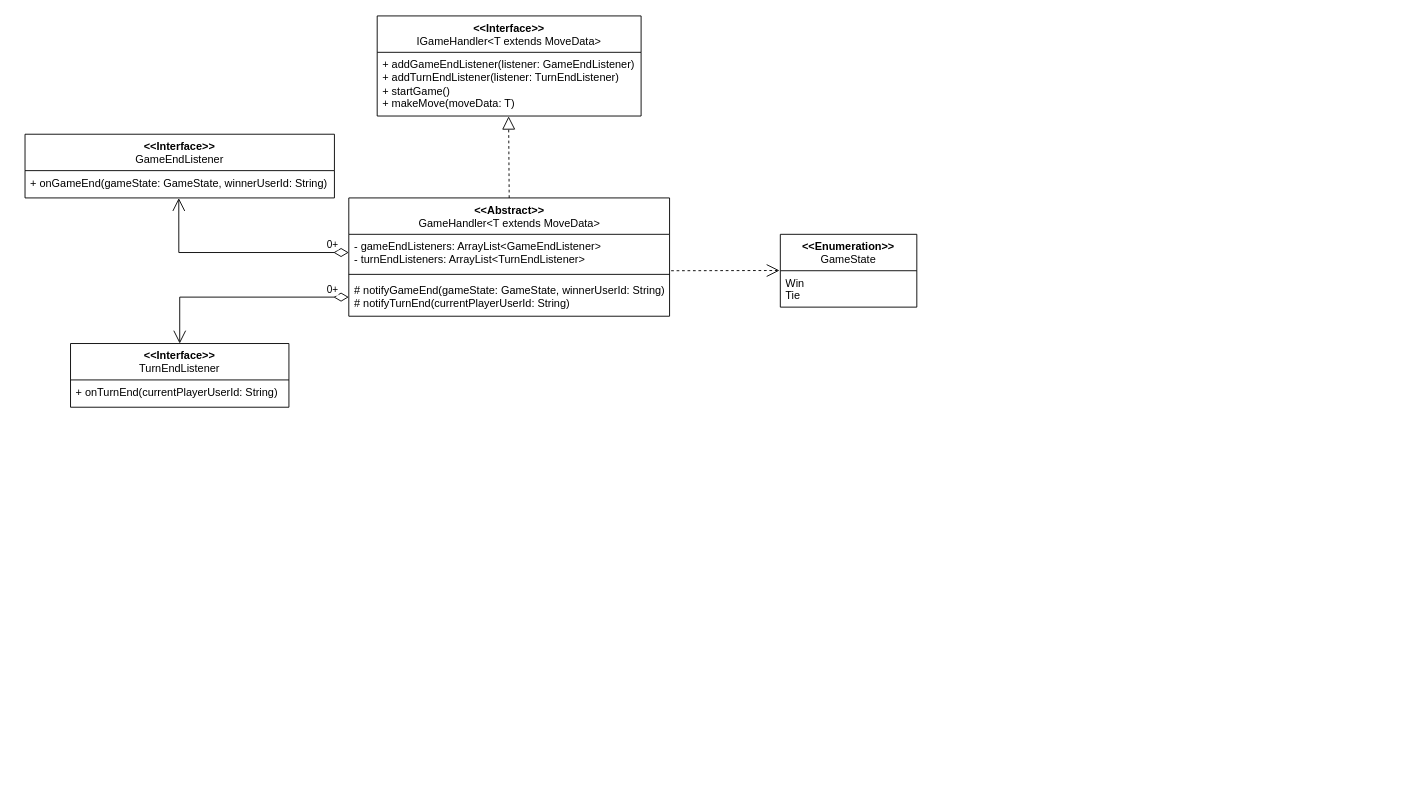
The draw.io diagram Iteration_1/Backend/StructureDiagrams/GameHandler_StructureDiagram.drawio in m-yoon02/Condensation, before the edit. Source tidied: cells renumbered, new cells numbered last; positions are measured from the earlier drawing's top-left corner, leaving out a move shared by most shapes. Both pictures are drawn from the tidied source at 91%, with x=0, y=0 at pixel (25, 15).
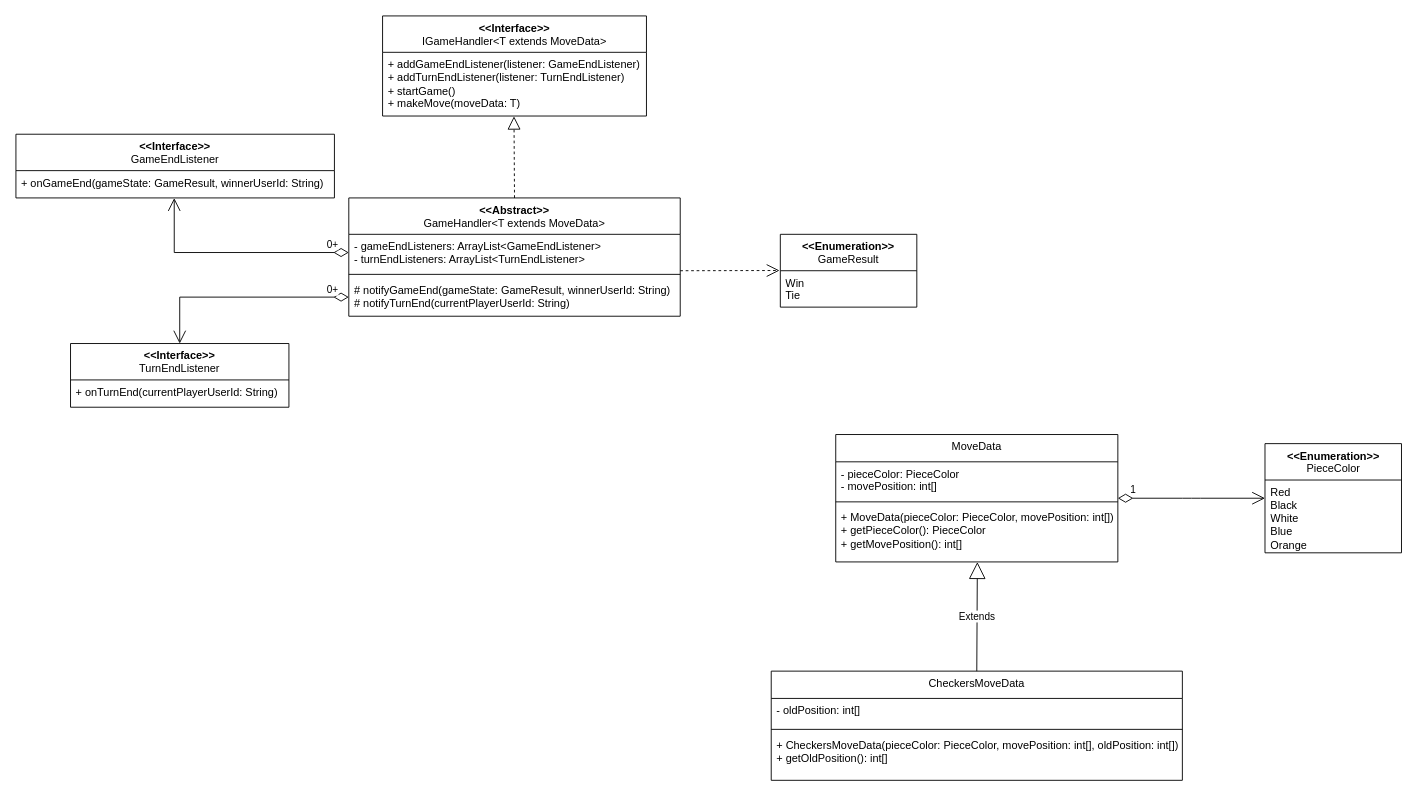
The same diagram, later.

Commit message:
Finish MoveData structure

The change refers to these unchanged cells:
```xml
<mxCell id="16" value="&lt;div&gt;Win&lt;/div&gt;&lt;div&gt;Tie&lt;br&gt;&lt;/div&gt;" style="text;strokeColor=none;fillColor=none;align=left;verticalAlign=top;spacingLeft=4;spacingRight=4;overflow=hidden;points=[[0,0.5],[1,0.5]];portConstraint=eastwest;whiteSpace=wrap;html=1;" parent="15" vertex="1">
  <mxGeometry y="40" width="150" height="40" as="geometry" />
</mxCell>
```

Diff of the diagram source:
```diff
@@
     <mxCell id="2" value="&lt;div&gt;&amp;lt;&amp;lt;Interface&amp;gt;&amp;gt;&lt;/div&gt;&lt;div&gt;&lt;span style=&quot;font-weight: normal;&quot;&gt;IGameHandler&amp;lt;T extends MoveData&amp;gt;&lt;/span&gt;&lt;br&gt;&lt;/div&gt;" style="swimlane;fontStyle=1;align=center;verticalAlign=top;horizontal=1;startSize=40;whiteSpace=wrap;html=1;" parent="1" vertex="1">
-      <mxGeometry x="387" width="290" height="110" as="geometry" />
+      <mxGeometry x="392.9" width="290" height="110" as="geometry" />
     </mxCell>
@@
     <mxCell id="4" value="&lt;div&gt;&amp;lt;&amp;lt;Abstract&amp;gt;&amp;gt;&lt;/div&gt;&lt;div&gt;&lt;span style=&quot;font-weight: normal;&quot;&gt;GameHandler&amp;lt;T extends MoveData&amp;gt;&lt;/span&gt;&lt;br&gt;&lt;/div&gt;" style="swimlane;fontStyle=1;align=center;verticalAlign=top;horizontal=1;startSize=40;whiteSpace=wrap;html=1;" parent="1" vertex="1">
-      <mxGeometry x="355.8" y="200" width="352.5" height="130" as="geometry" />
+      <mxGeometry x="355.8" y="200" width="364.2" height="130" as="geometry" />
     </mxCell>
     <mxCell id="5" value="&lt;div&gt;- gameEndListeners: ArrayList&amp;lt;GameEndListener&amp;gt;&lt;/div&gt;&lt;div&gt;- turnEndListeners: ArrayList&amp;lt;TurnEndListener&amp;gt;&lt;/div&gt;" style="text;strokeColor=none;fillColor=none;align=left;verticalAlign=top;spacingLeft=4;spacingRight=4;overflow=hidden;points=[[0,0.5],[1,0.5]];portConstraint=eastwest;whiteSpace=wrap;html=1;" parent="4" vertex="1">
-      <mxGeometry y="40" width="352.5" height="40" as="geometry" />
+      <mxGeometry y="40" width="364.2" height="40" as="geometry" />
     </mxCell>
     <mxCell id="6" style="line;strokeWidth=1;fillColor=none;align=left;verticalAlign=middle;spacingTop=-1;spacingLeft=3;spacingRight=3;labelPosition=right;strokeColor=inherit;" parent="4" vertex="1">
-      <mxGeometry y="80" width="352.5" height="8" as="geometry" />
+      <mxGeometry y="80" width="364.2" height="8" as="geometry" />
     </mxCell>
-    <mxCell id="7" value="&lt;div&gt;# notifyGameEnd(gameState: GameState, winnerUserId: String)&lt;/div&gt;&lt;div&gt;# notifyTurnEnd(currentPlayerUserId: String)&lt;br&gt;&lt;/div&gt;" style="text;strokeColor=none;fillColor=none;align=left;verticalAlign=top;spacingLeft=4;spacingRight=4;overflow=hidden;points=[[0,0.5],[1,0.5]];portConstraint=eastwest;whiteSpace=wrap;html=1;" parent="4" vertex="1">
-      <mxGeometry y="88" width="352.5" height="42" as="geometry" />
+    <mxCell id="7" value="&lt;div&gt;# notifyGameEnd(gameState:&amp;nbsp;&lt;span style=&quot;text-align: center;&quot;&gt;GameResult&lt;/span&gt;, winnerUserId: String)&lt;/div&gt;&lt;div&gt;# notifyTurnEnd(currentPlayerUserId: String)&lt;br&gt;&lt;/div&gt;" style="text;strokeColor=none;fillColor=none;align=left;verticalAlign=top;spacingLeft=4;spacingRight=4;overflow=hidden;points=[[0,0.5],[1,0.5]];portConstraint=eastwest;whiteSpace=wrap;html=1;" parent="4" vertex="1">
+      <mxGeometry y="88" width="364.2" height="42" as="geometry" />
     </mxCell>
@@
     <mxCell id="9" value="&lt;div&gt;&amp;lt;&amp;lt;Interface&amp;gt;&amp;gt;&lt;/div&gt;&lt;div&gt;&lt;span style=&quot;font-weight: normal;&quot;&gt;GameEndListener&lt;/span&gt;&lt;br&gt;&lt;/div&gt;" style="swimlane;fontStyle=1;align=center;verticalAlign=top;horizontal=1;startSize=40;whiteSpace=wrap;html=1;" parent="1" vertex="1">
-      <mxGeometry y="130" width="340" height="70" as="geometry" />
+      <mxGeometry x="-10" y="130" width="350" height="70" as="geometry" />
     </mxCell>
-    <mxCell id="10" value="&lt;div&gt;+ onGameEnd(gameState: GameState, winnerUserId: String)&lt;br&gt;&lt;/div&gt;" style="text;strokeColor=none;fillColor=none;align=left;verticalAlign=top;spacingLeft=4;spacingRight=4;overflow=hidden;points=[[0,0.5],[1,0.5]];portConstraint=eastwest;whiteSpace=wrap;html=1;" parent="9" vertex="1">
-      <mxGeometry y="40" width="340" height="30" as="geometry" />
+    <mxCell id="10" value="&lt;div&gt;+ onGameEnd(gameState:&amp;nbsp;&lt;span style=&quot;text-align: center;&quot;&gt;GameResult&lt;/span&gt;, winnerUserId: String)&lt;br&gt;&lt;/div&gt;" style="text;strokeColor=none;fillColor=none;align=left;verticalAlign=top;spacingLeft=4;spacingRight=4;overflow=hidden;points=[[0,0.5],[1,0.5]];portConstraint=eastwest;whiteSpace=wrap;html=1;" parent="9" vertex="1">
+      <mxGeometry y="40" width="350" height="30" as="geometry" />
     </mxCell>
@@
-    <mxCell id="15" value="&lt;div&gt;&amp;lt;&amp;lt;Enumeration&amp;gt;&amp;gt;&lt;/div&gt;&lt;div&gt;&lt;span style=&quot;font-weight: normal;&quot;&gt;GameState&lt;/span&gt;&lt;br&gt;&lt;/div&gt;" style="swimlane;fontStyle=1;align=center;verticalAlign=top;horizontal=1;startSize=40;whiteSpace=wrap;html=1;" parent="1" vertex="1">
+    <mxCell id="15" value="&lt;div&gt;&amp;lt;&amp;lt;Enumeration&amp;gt;&amp;gt;&lt;/div&gt;&lt;div&gt;&lt;span style=&quot;font-weight: normal;&quot;&gt;GameResult&lt;/span&gt;&lt;br&gt;&lt;/div&gt;" style="swimlane;fontStyle=1;align=center;verticalAlign=top;horizontal=1;startSize=40;whiteSpace=wrap;html=1;" parent="1" vertex="1">
       <mxGeometry x="830" y="240" width="150" height="80" as="geometry" />
     </mxCell>
@@
     <mxCell id="17" style="endArrow=open;endSize=12;dashed=1;html=1;rounded=0;entryX=-0.006;entryY=-0.006;entryDx=0;entryDy=0;entryPerimeter=0;" parent="1" edge="1" target="16">
       <mxGeometry relative="1" as="geometry">
-        <mxPoint x="710" y="280" as="sourcePoint" />
+        <mxPoint x="720" y="280" as="sourcePoint" />
       </mxGeometry>
     </mxCell>
+    <mxCell id="18" value="&lt;div&gt;&lt;span style=&quot;background-color: initial; font-weight: normal;&quot;&gt;MoveData&lt;/span&gt;&lt;br&gt;&lt;/div&gt;" style="swimlane;fontStyle=1;align=center;verticalAlign=top;horizontal=1;startSize=30;whiteSpace=wrap;html=1;" parent="1" vertex="1">
+      <mxGeometry x="890.9" y="460" width="310" height="140" as="geometry" />
+    </mxCell>
+    <mxCell id="19" value="- pieceColor: PieceColor&lt;br&gt;- movePosition: int[]" style="text;strokeColor=none;fillColor=none;align=left;verticalAlign=top;spacingLeft=4;spacingRight=4;overflow=hidden;whiteSpace=wrap;html=1;" parent="18" vertex="1">
+      <mxGeometry y="30" width="310" height="40" as="geometry" />
+    </mxCell>
+    <mxCell id="20" style="line;strokeWidth=1;fillColor=none;align=left;verticalAlign=middle;spacingTop=-1;spacingLeft=3;spacingRight=3;labelPosition=right;strokeColor=inherit;" parent="18" vertex="1">
+      <mxGeometry y="70" width="310" height="8" as="geometry" />
+    </mxCell>
+    <mxCell id="21" value="&lt;div&gt;+ MoveData(pieceColor: PieceColor, movePosition: int[])&lt;/div&gt;&lt;div&gt;+ getPieceColor(): PieceColor&lt;/div&gt;&lt;div&gt;+ getMovePosition(): int[]&lt;/div&gt;" style="text;strokeColor=none;fillColor=none;align=left;verticalAlign=top;spacingLeft=4;spacingRight=4;overflow=hidden;points=[[0,0.5],[1,0.5]];portConstraint=eastwest;whiteSpace=wrap;html=1;" parent="18" vertex="1">
+      <mxGeometry y="78" width="310" height="62" as="geometry" />
+    </mxCell>
+    <mxCell id="22" value="&lt;div&gt;&amp;lt;&amp;lt;Enumeration&amp;gt;&amp;gt;&lt;/div&gt;&lt;div&gt;&lt;span style=&quot;font-weight: 400;&quot;&gt;PieceColor&lt;/span&gt;&lt;/div&gt;" style="swimlane;fontStyle=1;align=center;verticalAlign=top;horizontal=1;startSize=40;whiteSpace=wrap;html=1;" parent="1" vertex="1">
+      <mxGeometry x="1362.6" y="470" width="150" height="120" as="geometry" />
+    </mxCell>
+    <mxCell id="23" value="&lt;div&gt;Red&lt;/div&gt;&lt;div&gt;Black&lt;/div&gt;&lt;div&gt;White&lt;/div&gt;&lt;div&gt;Blue&lt;/div&gt;&lt;div&gt;Orange&lt;/div&gt;" style="text;strokeColor=none;fillColor=none;align=left;verticalAlign=top;spacingLeft=4;spacingRight=4;overflow=hidden;whiteSpace=wrap;html=1;" parent="22" vertex="1">
+      <mxGeometry y="40" width="150" height="80" as="geometry" />
+    </mxCell>
+    <mxCell id="24" value="1" style="endArrow=open;html=1;endSize=12;startArrow=diamondThin;startSize=14;startFill=0;edgeStyle=orthogonalEdgeStyle;align=left;verticalAlign=bottom;exitX=1;exitY=0.5;exitDx=0;exitDy=0;" parent="1" edge="1" source="18">
+      <mxGeometry x="-0.85" relative="1" as="geometry">
+        <mxPoint x="1362.6" y="530" as="targetPoint" />
+      </mxGeometry>
+    </mxCell>
+    <mxCell id="25" value="&lt;div&gt;&lt;span style=&quot;background-color: initial; font-weight: normal;&quot;&gt;CheckersMoveData&lt;/span&gt;&lt;br&gt;&lt;/div&gt;" style="swimlane;fontStyle=1;align=center;verticalAlign=top;horizontal=1;startSize=30;whiteSpace=wrap;html=1;" parent="1" vertex="1">
+      <mxGeometry x="820" y="720" width="451.8" height="120" as="geometry" />
+    </mxCell>
+    <mxCell id="26" value="- oldPosition: int[]" style="text;strokeColor=none;fillColor=none;align=left;verticalAlign=top;spacingLeft=4;spacingRight=4;overflow=hidden;whiteSpace=wrap;html=1;" parent="25" vertex="1">
+      <mxGeometry y="30" width="451.8" height="30" as="geometry" />
+    </mxCell>
+    <mxCell id="27" style="line;strokeWidth=1;fillColor=none;align=left;verticalAlign=middle;spacingTop=-1;spacingLeft=3;spacingRight=3;labelPosition=right;strokeColor=inherit;" parent="25" vertex="1">
+      <mxGeometry y="60" width="451.8" height="8" as="geometry" />
+    </mxCell>
+    <mxCell id="28" value="&lt;div&gt;+ CheckersMoveData(pieceColor: PieceColor, movePosition: int[], oldPosition: int[])&lt;/div&gt;&lt;div&gt;+ getOldPosition(): int[]&lt;/div&gt;" style="text;strokeColor=none;fillColor=none;align=left;verticalAlign=top;spacingLeft=4;spacingRight=4;overflow=hidden;whiteSpace=wrap;html=1;" parent="25" vertex="1">
+      <mxGeometry y="68" width="451.8" height="52" as="geometry" />
+    </mxCell>
+    <mxCell id="29" value="Extends" style="endArrow=block;endSize=16;endFill=0;html=1;exitX=0.5;exitY=0;exitDx=0;exitDy=0;entryX=0.502;entryY=1.003;entryDx=0;entryDy=0;entryPerimeter=0;" parent="1" edge="1" source="25" target="21">
+      <mxGeometry relative="1" as="geometry" />
+    </mxCell>
```
